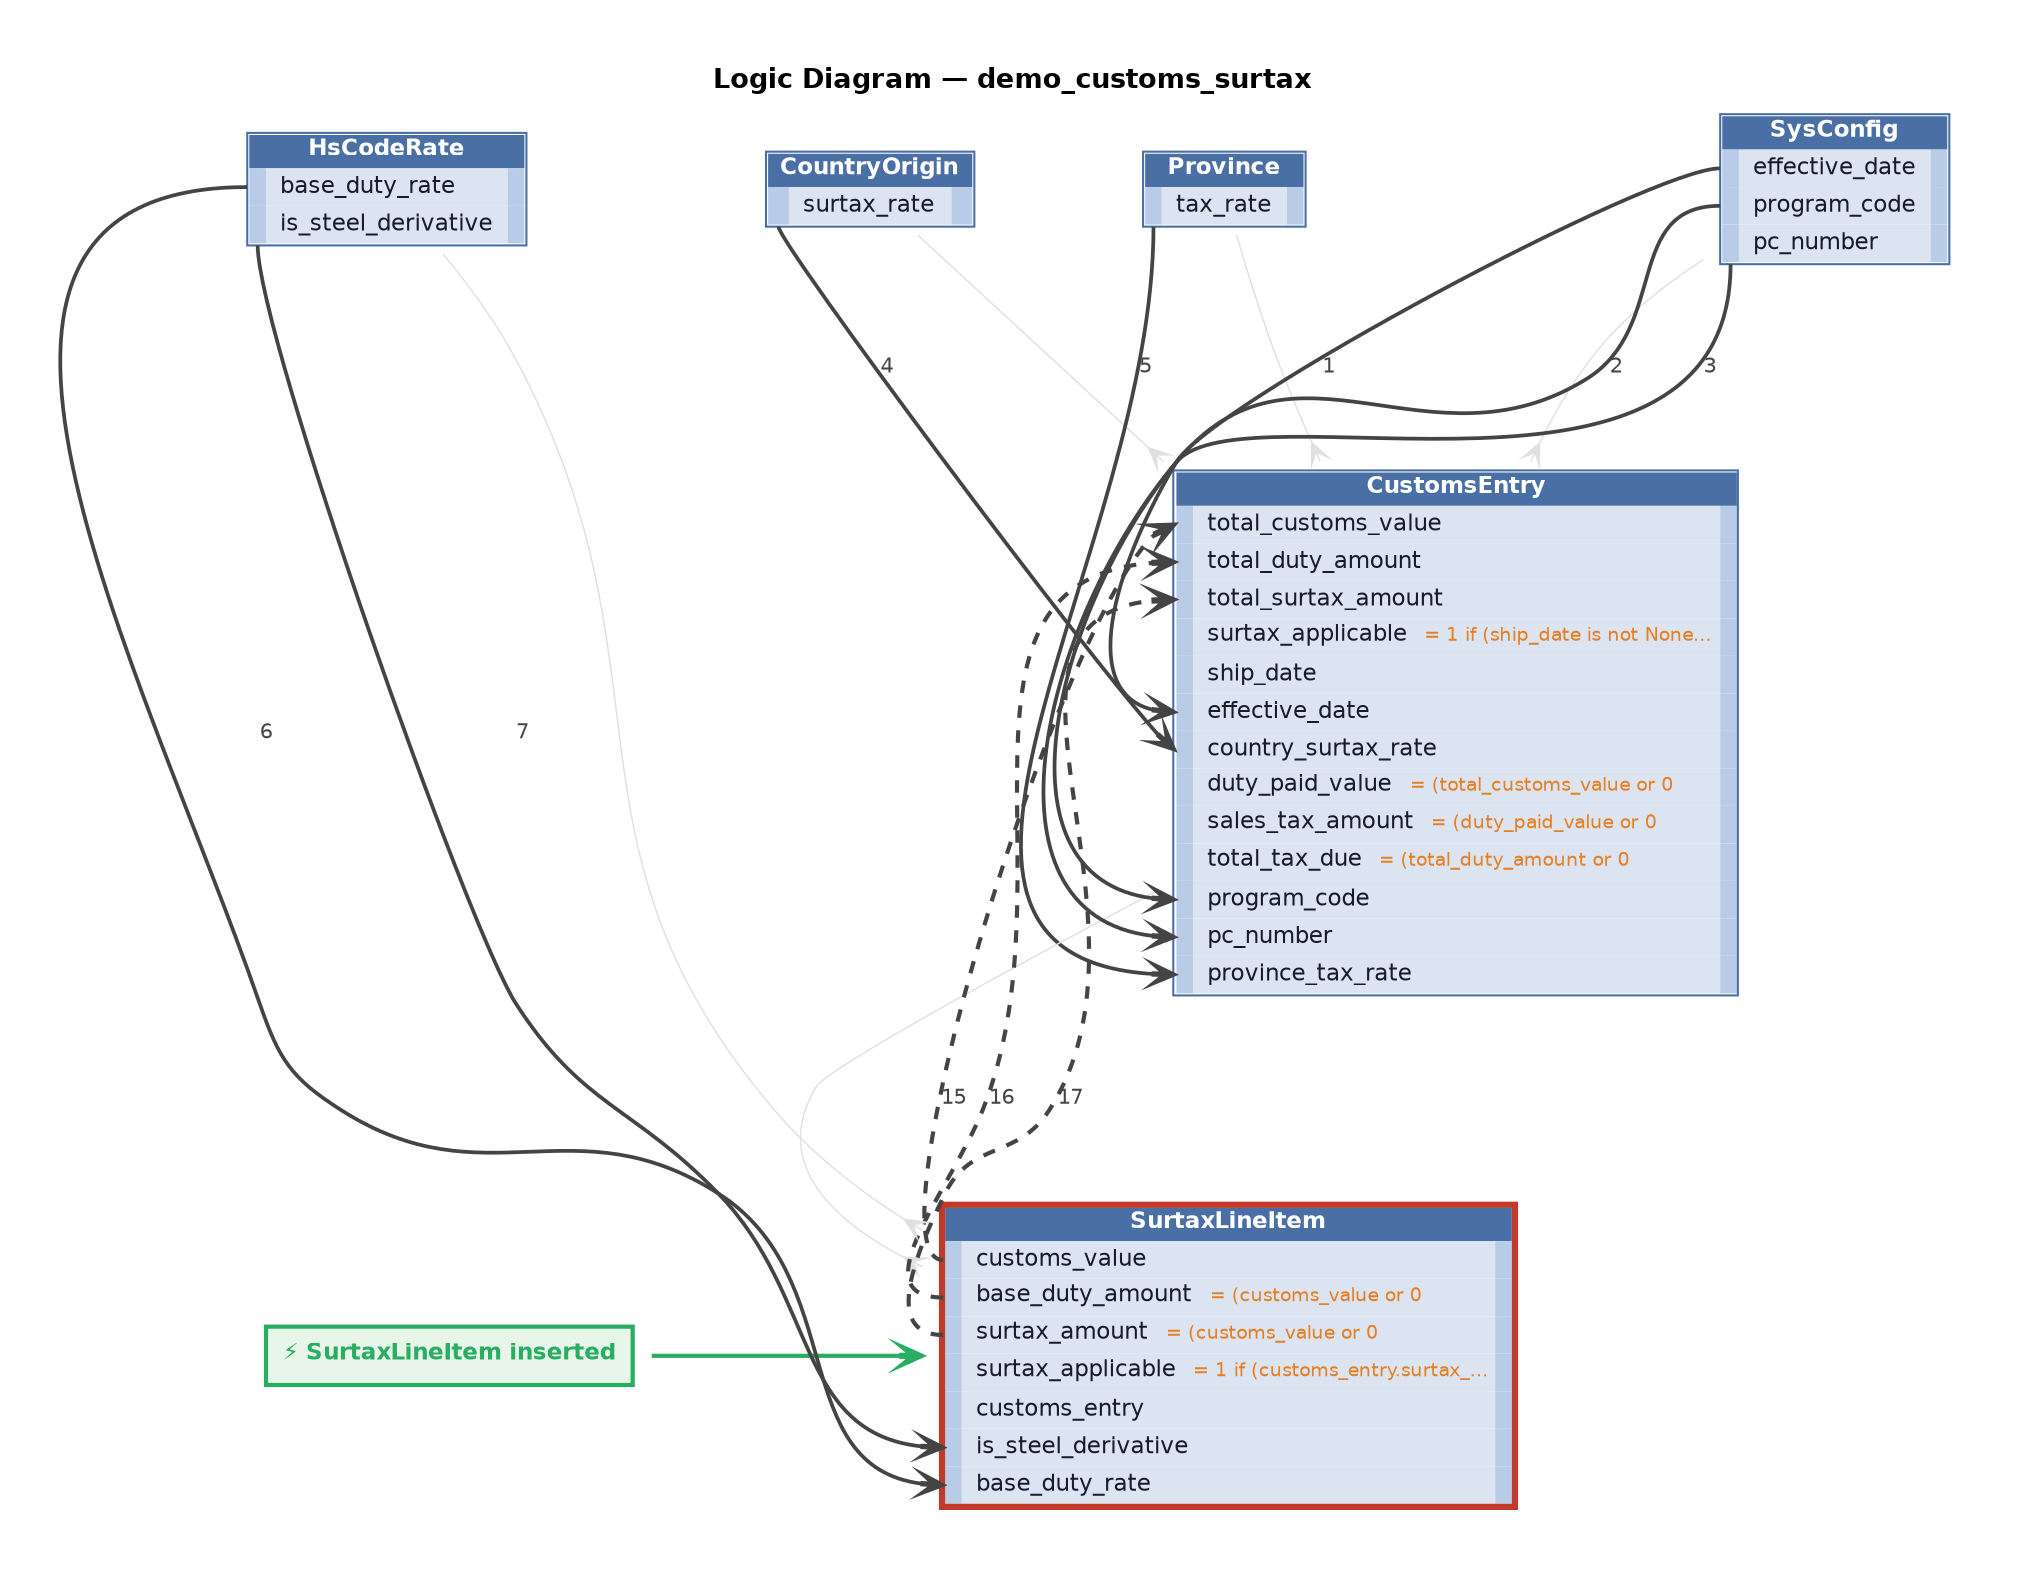
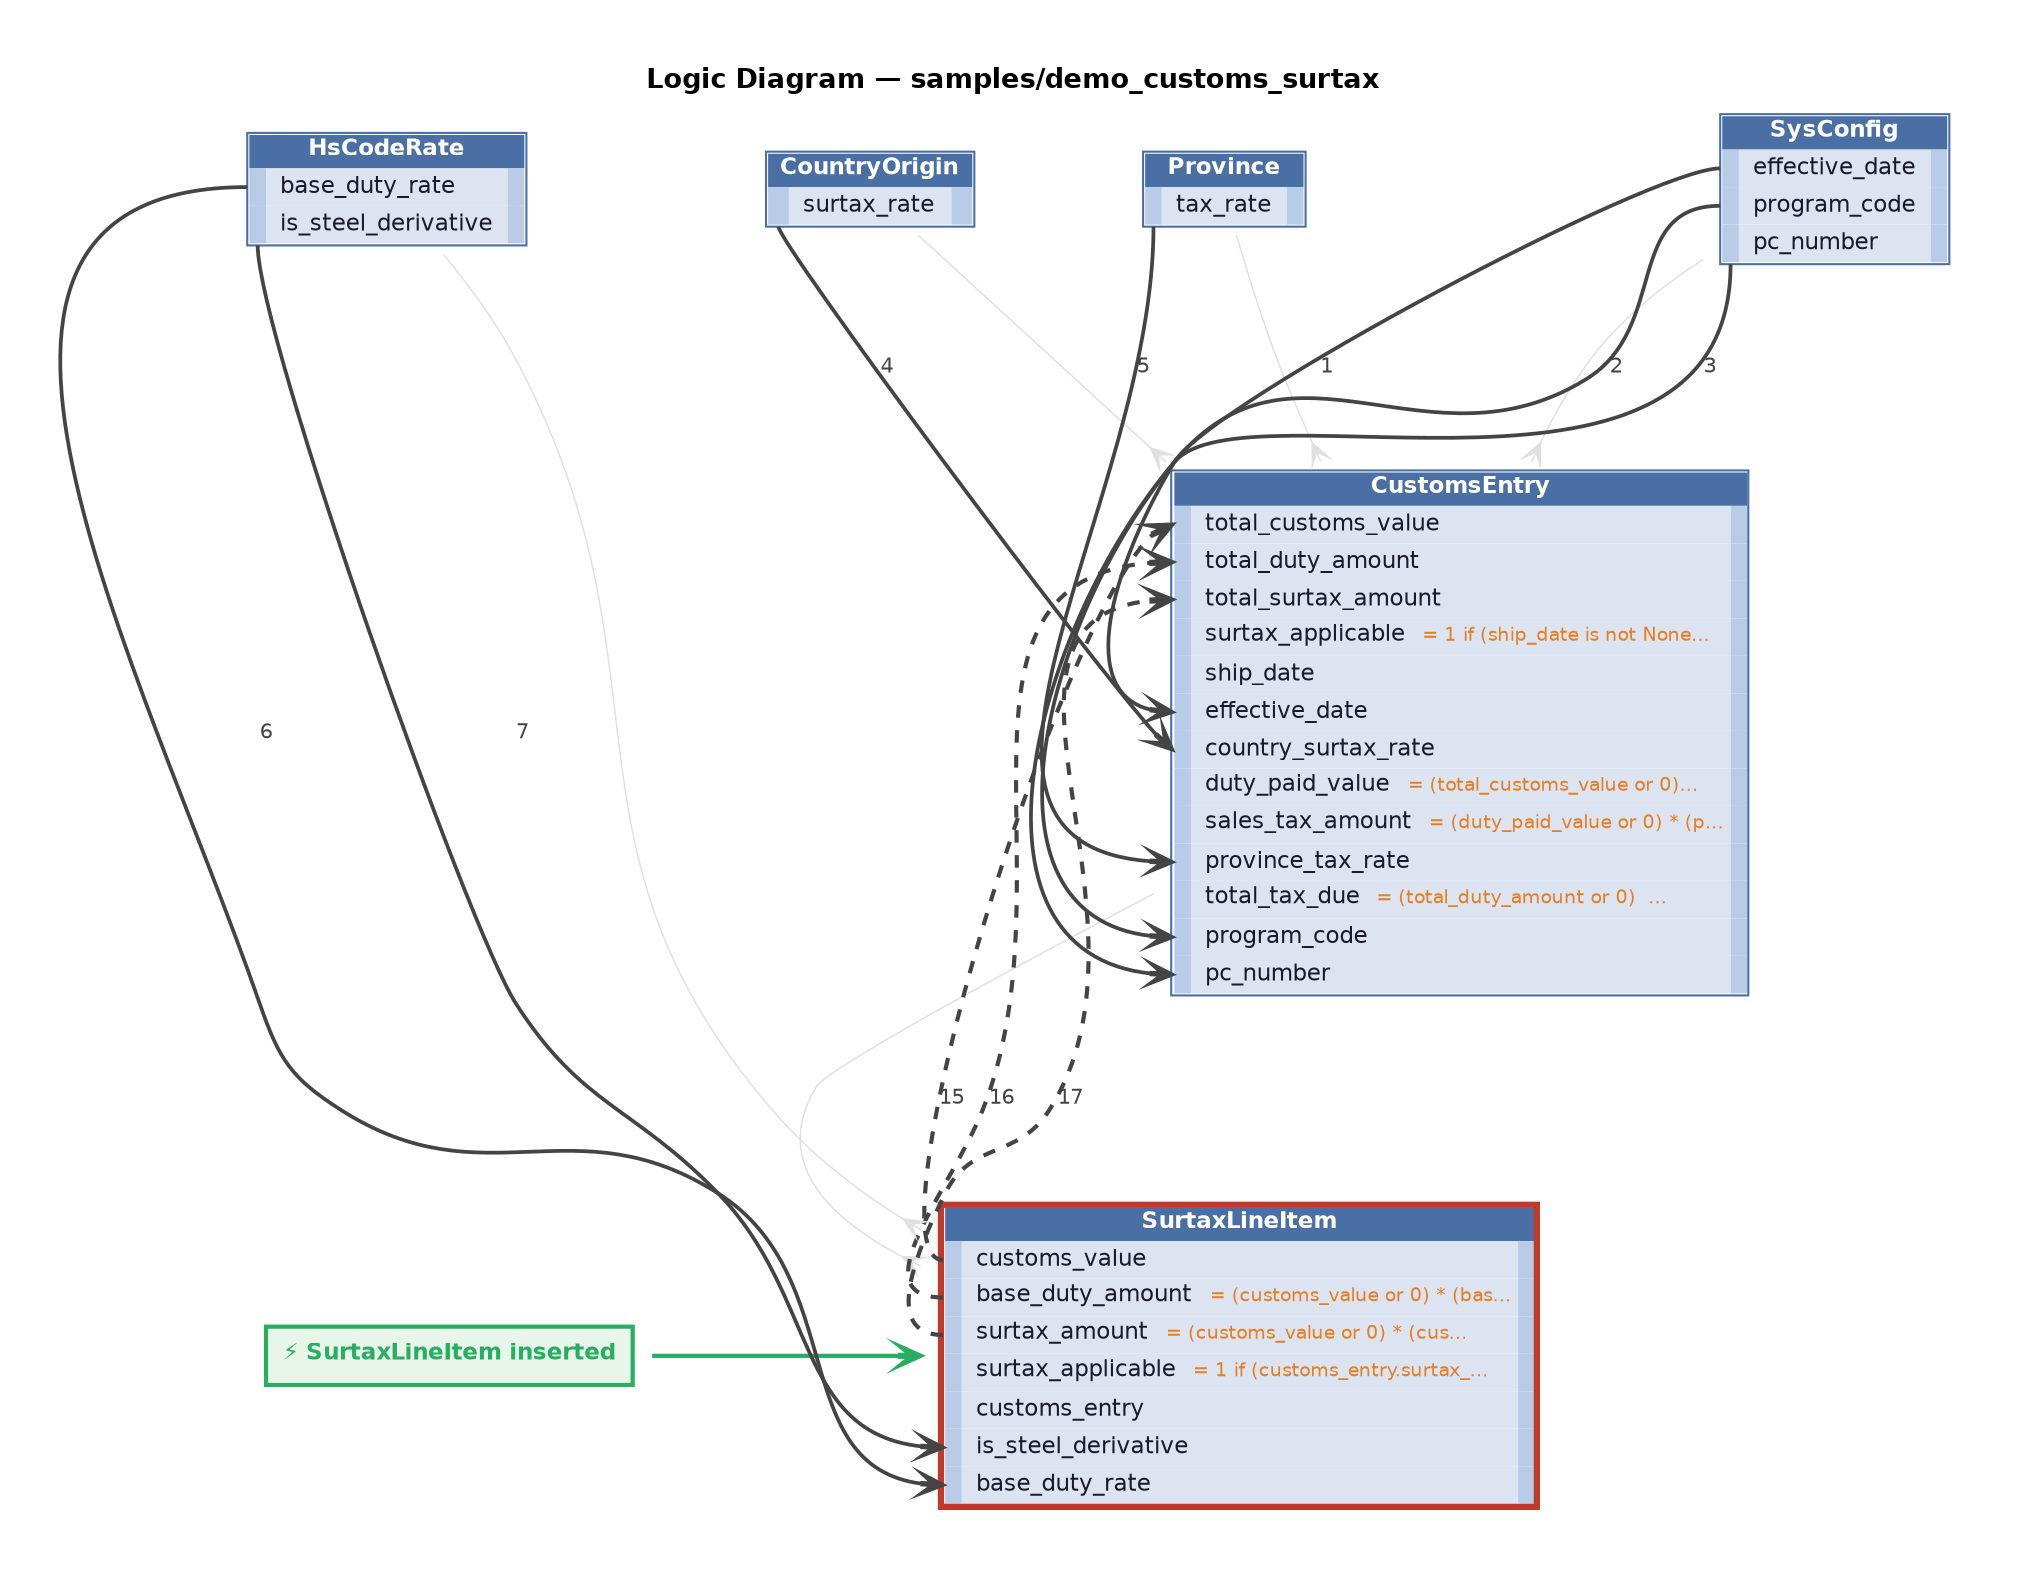
digraph logic {
  graph [rankdir=TB, fontname="Helvetica", fontsize=13,
-          label=<<B>Logic Diagram — demo_customs_surtax</B>>, labelloc=t,
+          label=<<B>Logic Diagram — samples/demo_customs_surtax</B>>, labelloc=t,
         pad=0.4, nodesep=0.90, ranksep=1.10, bgcolor="white",
         splines=spline]
  node  [fontname="Helvetica", fontsize=11, shape=plaintext]
  edge  [fontname="Helvetica", fontsize=10]

  // ── trigger ─────────────────────────────────────────────────────
  TRIGGER [label=<<TABLE BORDER="2" CELLBORDER="0" CELLPADDING="5" BGCOLOR="#e8f5e9" COLOR="#27ae60"><TR><TD><FONT COLOR="#27ae60"><B>&#9889; SurtaxLineItem inserted</B></FONT></TD></TR></TABLE>>, shape=plaintext]

  // ── schema layer ──────────────────────────────────────────────────
  CountryOrigin [label=<<TABLE BORDER="1" CELLBORDER="0" CELLSPACING="0" COLOR="#4a6fa5"><TR><TD COLSPAN="3" BGCOLOR="#4a6fa5"><FONT COLOR="white"><B> CountryOrigin </B></FONT></TD></TR><TR><TD PORT="CountryOrigin_surtax_rate_w" WIDTH="6" HEIGHT="18" BGCOLOR="#b8cce8"> </TD><TD PORT="CountryOrigin_surtax_rate" ALIGN="LEFT" BGCOLOR="#dbe4f0" CELLPADDING="3"><FONT COLOR="#1a1a2e"> surtax_rate </FONT></TD><TD PORT="CountryOrigin_surtax_rate_e" WIDTH="6" HEIGHT="18" BGCOLOR="#b8cce8"> </TD></TR></TABLE>>]
-   CustomsEntry [label=<<TABLE BORDER="1" CELLBORDER="0" CELLSPACING="0" COLOR="#4a6fa5"><TR><TD COLSPAN="3" BGCOLOR="#4a6fa5"><FONT COLOR="white"><B> CustomsEntry </B></FONT></TD></TR><TR><TD PORT="CustomsEntry_total_customs_value_w" WIDTH="6" HEIGHT="18" BGCOLOR="#b8cce8"> </TD><TD PORT="CustomsEntry_total_customs_value" ALIGN="LEFT" BGCOLOR="#dbe4f0" CELLPADDING="3"><FONT COLOR="#1a1a2e"> total_customs_value </FONT></TD><TD PORT="CustomsEntry_total_customs_value_e" WIDTH="6" HEIGHT="18" BGCOLOR="#b8cce8"> </TD></TR><TR><TD PORT="CustomsEntry_total_duty_amount_w" WIDTH="6" HEIGHT="18" BGCOLOR="#b8cce8"> </TD><TD PORT="CustomsEntry_total_duty_amount" ALIGN="LEFT" BGCOLOR="#dbe4f0" CELLPADDING="3"><FONT COLOR="#1a1a2e"> total_duty_amount </FONT></TD><TD PORT="CustomsEntry_total_duty_amount_e" WIDTH="6" HEIGHT="18" BGCOLOR="#b8cce8"> </TD></TR><TR><TD PORT="CustomsEntry_total_surtax_amount_w" WIDTH="6" HEIGHT="18" BGCOLOR="#b8cce8"> </TD><TD PORT="CustomsEntry_total_surtax_amount" ALIGN="LEFT" BGCOLOR="#dbe4f0" CELLPADDING="3"><FONT COLOR="#1a1a2e"> total_surtax_amount </FONT></TD><TD PORT="CustomsEntry_total_surtax_amount_e" WIDTH="6" HEIGHT="18" BGCOLOR="#b8cce8"> </TD></TR><TR><TD PORT="CustomsEntry_surtax_applicable_w" WIDTH="6" HEIGHT="18" BGCOLOR="#b8cce8"> </TD><TD PORT="CustomsEntry_surtax_applicable" ALIGN="LEFT" BGCOLOR="#dbe4f0" CELLPADDING="3"><FONT COLOR="#1a1a2e"> surtax_applicable </FONT> <FONT COLOR="#e67e22" POINT-SIZE="9">= 1 if (ship_date is not None...</FONT></TD><TD PORT="CustomsEntry_surtax_applicable_e" WIDTH="6" HEIGHT="18" BGCOLOR="#b8cce8"> </TD></TR><TR><TD PORT="CustomsEntry_ship_date_w" WIDTH="6" HEIGHT="18" BGCOLOR="#b8cce8"> </TD><TD PORT="CustomsEntry_ship_date" ALIGN="LEFT" BGCOLOR="#dbe4f0" CELLPADDING="3"><FONT COLOR="#1a1a2e"> ship_date </FONT></TD><TD PORT="CustomsEntry_ship_date_e" WIDTH="6" HEIGHT="18" BGCOLOR="#b8cce8"> </TD></TR><TR><TD PORT="CustomsEntry_effective_date_w" WIDTH="6" HEIGHT="18" BGCOLOR="#b8cce8"> </TD><TD PORT="CustomsEntry_effective_date" ALIGN="LEFT" BGCOLOR="#dbe4f0" CELLPADDING="3"><FONT COLOR="#1a1a2e"> effective_date </FONT></TD><TD PORT="CustomsEntry_effective_date_e" WIDTH="6" HEIGHT="18" BGCOLOR="#b8cce8"> </TD></TR><TR><TD PORT="CustomsEntry_country_surtax_rate_w" WIDTH="6" HEIGHT="18" BGCOLOR="#b8cce8"> </TD><TD PORT="CustomsEntry_country_surtax_rate" ALIGN="LEFT" BGCOLOR="#dbe4f0" CELLPADDING="3"><FONT COLOR="#1a1a2e"> country_surtax_rate </FONT></TD><TD PORT="CustomsEntry_country_surtax_rate_e" WIDTH="6" HEIGHT="18" BGCOLOR="#b8cce8"> </TD></TR><TR><TD PORT="CustomsEntry_duty_paid_value_w" WIDTH="6" HEIGHT="18" BGCOLOR="#b8cce8"> </TD><TD PORT="CustomsEntry_duty_paid_value" ALIGN="LEFT" BGCOLOR="#dbe4f0" CELLPADDING="3"><FONT COLOR="#1a1a2e"> duty_paid_value </FONT> <FONT COLOR="#e67e22" POINT-SIZE="9">= (total_customs_value or 0</FONT></TD><TD PORT="CustomsEntry_duty_paid_value_e" WIDTH="6" HEIGHT="18" BGCOLOR="#b8cce8"> </TD></TR><TR><TD PORT="CustomsEntry_sales_tax_amount_w" WIDTH="6" HEIGHT="18" BGCOLOR="#b8cce8"> </TD><TD PORT="CustomsEntry_sales_tax_amount" ALIGN="LEFT" BGCOLOR="#dbe4f0" CELLPADDING="3"><FONT COLOR="#1a1a2e"> sales_tax_amount </FONT> <FONT COLOR="#e67e22" POINT-SIZE="9">= (duty_paid_value or 0</FONT></TD><TD PORT="CustomsEntry_sales_tax_amount_e" WIDTH="6" HEIGHT="18" BGCOLOR="#b8cce8"> </TD></TR><TR><TD PORT="CustomsEntry_total_tax_due_w" WIDTH="6" HEIGHT="18" BGCOLOR="#b8cce8"> </TD><TD PORT="CustomsEntry_total_tax_due" ALIGN="LEFT" BGCOLOR="#dbe4f0" CELLPADDING="3"><FONT COLOR="#1a1a2e"> total_tax_due </FONT> <FONT COLOR="#e67e22" POINT-SIZE="9">= (total_duty_amount or 0</FONT></TD><TD PORT="CustomsEntry_total_tax_due_e" WIDTH="6" HEIGHT="18" BGCOLOR="#b8cce8"> </TD></TR><TR><TD PORT="CustomsEntry_program_code_w" WIDTH="6" HEIGHT="18" BGCOLOR="#b8cce8"> </TD><TD PORT="CustomsEntry_program_code" ALIGN="LEFT" BGCOLOR="#dbe4f0" CELLPADDING="3"><FONT COLOR="#1a1a2e"> program_code </FONT></TD><TD PORT="CustomsEntry_program_code_e" WIDTH="6" HEIGHT="18" BGCOLOR="#b8cce8"> </TD></TR><TR><TD PORT="CustomsEntry_pc_number_w" WIDTH="6" HEIGHT="18" BGCOLOR="#b8cce8"> </TD><TD PORT="CustomsEntry_pc_number" ALIGN="LEFT" BGCOLOR="#dbe4f0" CELLPADDING="3"><FONT COLOR="#1a1a2e"> pc_number </FONT></TD><TD PORT="CustomsEntry_pc_number_e" WIDTH="6" HEIGHT="18" BGCOLOR="#b8cce8"> </TD></TR><TR><TD PORT="CustomsEntry_province_tax_rate_w" WIDTH="6" HEIGHT="18" BGCOLOR="#b8cce8"> </TD><TD PORT="CustomsEntry_province_tax_rate" ALIGN="LEFT" BGCOLOR="#dbe4f0" CELLPADDING="3"><FONT COLOR="#1a1a2e"> province_tax_rate </FONT></TD><TD PORT="CustomsEntry_province_tax_rate_e" WIDTH="6" HEIGHT="18" BGCOLOR="#b8cce8"> </TD></TR></TABLE>>]
+   CustomsEntry [label=<<TABLE BORDER="1" CELLBORDER="0" CELLSPACING="0" COLOR="#4a6fa5"><TR><TD COLSPAN="3" BGCOLOR="#4a6fa5"><FONT COLOR="white"><B> CustomsEntry </B></FONT></TD></TR><TR><TD PORT="CustomsEntry_total_customs_value_w" WIDTH="6" HEIGHT="18" BGCOLOR="#b8cce8"> </TD><TD PORT="CustomsEntry_total_customs_value" ALIGN="LEFT" BGCOLOR="#dbe4f0" CELLPADDING="3"><FONT COLOR="#1a1a2e"> total_customs_value </FONT></TD><TD PORT="CustomsEntry_total_customs_value_e" WIDTH="6" HEIGHT="18" BGCOLOR="#b8cce8"> </TD></TR><TR><TD PORT="CustomsEntry_total_duty_amount_w" WIDTH="6" HEIGHT="18" BGCOLOR="#b8cce8"> </TD><TD PORT="CustomsEntry_total_duty_amount" ALIGN="LEFT" BGCOLOR="#dbe4f0" CELLPADDING="3"><FONT COLOR="#1a1a2e"> total_duty_amount </FONT></TD><TD PORT="CustomsEntry_total_duty_amount_e" WIDTH="6" HEIGHT="18" BGCOLOR="#b8cce8"> </TD></TR><TR><TD PORT="CustomsEntry_total_surtax_amount_w" WIDTH="6" HEIGHT="18" BGCOLOR="#b8cce8"> </TD><TD PORT="CustomsEntry_total_surtax_amount" ALIGN="LEFT" BGCOLOR="#dbe4f0" CELLPADDING="3"><FONT COLOR="#1a1a2e"> total_surtax_amount </FONT></TD><TD PORT="CustomsEntry_total_surtax_amount_e" WIDTH="6" HEIGHT="18" BGCOLOR="#b8cce8"> </TD></TR><TR><TD PORT="CustomsEntry_surtax_applicable_w" WIDTH="6" HEIGHT="18" BGCOLOR="#b8cce8"> </TD><TD PORT="CustomsEntry_surtax_applicable" ALIGN="LEFT" BGCOLOR="#dbe4f0" CELLPADDING="3"><FONT COLOR="#1a1a2e"> surtax_applicable </FONT> <FONT COLOR="#e67e22" POINT-SIZE="9">= 1 if (ship_date is not None...</FONT></TD><TD PORT="CustomsEntry_surtax_applicable_e" WIDTH="6" HEIGHT="18" BGCOLOR="#b8cce8"> </TD></TR><TR><TD PORT="CustomsEntry_ship_date_w" WIDTH="6" HEIGHT="18" BGCOLOR="#b8cce8"> </TD><TD PORT="CustomsEntry_ship_date" ALIGN="LEFT" BGCOLOR="#dbe4f0" CELLPADDING="3"><FONT COLOR="#1a1a2e"> ship_date </FONT></TD><TD PORT="CustomsEntry_ship_date_e" WIDTH="6" HEIGHT="18" BGCOLOR="#b8cce8"> </TD></TR><TR><TD PORT="CustomsEntry_effective_date_w" WIDTH="6" HEIGHT="18" BGCOLOR="#b8cce8"> </TD><TD PORT="CustomsEntry_effective_date" ALIGN="LEFT" BGCOLOR="#dbe4f0" CELLPADDING="3"><FONT COLOR="#1a1a2e"> effective_date </FONT></TD><TD PORT="CustomsEntry_effective_date_e" WIDTH="6" HEIGHT="18" BGCOLOR="#b8cce8"> </TD></TR><TR><TD PORT="CustomsEntry_country_surtax_rate_w" WIDTH="6" HEIGHT="18" BGCOLOR="#b8cce8"> </TD><TD PORT="CustomsEntry_country_surtax_rate" ALIGN="LEFT" BGCOLOR="#dbe4f0" CELLPADDING="3"><FONT COLOR="#1a1a2e"> country_surtax_rate </FONT></TD><TD PORT="CustomsEntry_country_surtax_rate_e" WIDTH="6" HEIGHT="18" BGCOLOR="#b8cce8"> </TD></TR><TR><TD PORT="CustomsEntry_duty_paid_value_w" WIDTH="6" HEIGHT="18" BGCOLOR="#b8cce8"> </TD><TD PORT="CustomsEntry_duty_paid_value" ALIGN="LEFT" BGCOLOR="#dbe4f0" CELLPADDING="3"><FONT COLOR="#1a1a2e"> duty_paid_value </FONT> <FONT COLOR="#e67e22" POINT-SIZE="9">= (total_customs_value or 0)
+ ...</FONT></TD><TD PORT="CustomsEntry_duty_paid_value_e" WIDTH="6" HEIGHT="18" BGCOLOR="#b8cce8"> </TD></TR><TR><TD PORT="CustomsEntry_sales_tax_amount_w" WIDTH="6" HEIGHT="18" BGCOLOR="#b8cce8"> </TD><TD PORT="CustomsEntry_sales_tax_amount" ALIGN="LEFT" BGCOLOR="#dbe4f0" CELLPADDING="3"><FONT COLOR="#1a1a2e"> sales_tax_amount </FONT> <FONT COLOR="#e67e22" POINT-SIZE="9">= (duty_paid_value or 0) * (p...</FONT></TD><TD PORT="CustomsEntry_sales_tax_amount_e" WIDTH="6" HEIGHT="18" BGCOLOR="#b8cce8"> </TD></TR><TR><TD PORT="CustomsEntry_province_tax_rate_w" WIDTH="6" HEIGHT="18" BGCOLOR="#b8cce8"> </TD><TD PORT="CustomsEntry_province_tax_rate" ALIGN="LEFT" BGCOLOR="#dbe4f0" CELLPADDING="3"><FONT COLOR="#1a1a2e"> province_tax_rate </FONT></TD><TD PORT="CustomsEntry_province_tax_rate_e" WIDTH="6" HEIGHT="18" BGCOLOR="#b8cce8"> </TD></TR><TR><TD PORT="CustomsEntry_total_tax_due_w" WIDTH="6" HEIGHT="18" BGCOLOR="#b8cce8"> </TD><TD PORT="CustomsEntry_total_tax_due" ALIGN="LEFT" BGCOLOR="#dbe4f0" CELLPADDING="3"><FONT COLOR="#1a1a2e"> total_tax_due </FONT> <FONT COLOR="#e67e22" POINT-SIZE="9">= (total_duty_amount or 0)
+   ...</FONT></TD><TD PORT="CustomsEntry_total_tax_due_e" WIDTH="6" HEIGHT="18" BGCOLOR="#b8cce8"> </TD></TR><TR><TD PORT="CustomsEntry_program_code_w" WIDTH="6" HEIGHT="18" BGCOLOR="#b8cce8"> </TD><TD PORT="CustomsEntry_program_code" ALIGN="LEFT" BGCOLOR="#dbe4f0" CELLPADDING="3"><FONT COLOR="#1a1a2e"> program_code </FONT></TD><TD PORT="CustomsEntry_program_code_e" WIDTH="6" HEIGHT="18" BGCOLOR="#b8cce8"> </TD></TR><TR><TD PORT="CustomsEntry_pc_number_w" WIDTH="6" HEIGHT="18" BGCOLOR="#b8cce8"> </TD><TD PORT="CustomsEntry_pc_number" ALIGN="LEFT" BGCOLOR="#dbe4f0" CELLPADDING="3"><FONT COLOR="#1a1a2e"> pc_number </FONT></TD><TD PORT="CustomsEntry_pc_number_e" WIDTH="6" HEIGHT="18" BGCOLOR="#b8cce8"> </TD></TR></TABLE>>]
  HsCodeRate [label=<<TABLE BORDER="1" CELLBORDER="0" CELLSPACING="0" COLOR="#4a6fa5"><TR><TD COLSPAN="3" BGCOLOR="#4a6fa5"><FONT COLOR="white"><B> HsCodeRate </B></FONT></TD></TR><TR><TD PORT="HsCodeRate_base_duty_rate_w" WIDTH="6" HEIGHT="18" BGCOLOR="#b8cce8"> </TD><TD PORT="HsCodeRate_base_duty_rate" ALIGN="LEFT" BGCOLOR="#dbe4f0" CELLPADDING="3"><FONT COLOR="#1a1a2e"> base_duty_rate </FONT></TD><TD PORT="HsCodeRate_base_duty_rate_e" WIDTH="6" HEIGHT="18" BGCOLOR="#b8cce8"> </TD></TR><TR><TD PORT="HsCodeRate_is_steel_derivative_w" WIDTH="6" HEIGHT="18" BGCOLOR="#b8cce8"> </TD><TD PORT="HsCodeRate_is_steel_derivative" ALIGN="LEFT" BGCOLOR="#dbe4f0" CELLPADDING="3"><FONT COLOR="#1a1a2e"> is_steel_derivative </FONT></TD><TD PORT="HsCodeRate_is_steel_derivative_e" WIDTH="6" HEIGHT="18" BGCOLOR="#b8cce8"> </TD></TR></TABLE>>]
  Province [label=<<TABLE BORDER="1" CELLBORDER="0" CELLSPACING="0" COLOR="#4a6fa5"><TR><TD COLSPAN="3" BGCOLOR="#4a6fa5"><FONT COLOR="white"><B> Province </B></FONT></TD></TR><TR><TD PORT="Province_tax_rate_w" WIDTH="6" HEIGHT="18" BGCOLOR="#b8cce8"> </TD><TD PORT="Province_tax_rate" ALIGN="LEFT" BGCOLOR="#dbe4f0" CELLPADDING="3"><FONT COLOR="#1a1a2e"> tax_rate </FONT></TD><TD PORT="Province_tax_rate_e" WIDTH="6" HEIGHT="18" BGCOLOR="#b8cce8"> </TD></TR></TABLE>>]
-   SurtaxLineItem [label=<<TABLE BORDER="3" CELLBORDER="0" CELLSPACING="0" COLOR="#c0392b"><TR><TD COLSPAN="3" BGCOLOR="#4a6fa5"><FONT COLOR="white"><B> SurtaxLineItem </B></FONT></TD></TR><TR><TD PORT="SurtaxLineItem_customs_value_w" WIDTH="6" HEIGHT="18" BGCOLOR="#b8cce8"> </TD><TD PORT="SurtaxLineItem_customs_value" ALIGN="LEFT" BGCOLOR="#dbe4f0" CELLPADDING="3"><FONT COLOR="#1a1a2e"> customs_value </FONT></TD><TD PORT="SurtaxLineItem_customs_value_e" WIDTH="6" HEIGHT="18" BGCOLOR="#b8cce8"> </TD></TR><TR><TD PORT="SurtaxLineItem_base_duty_amount_w" WIDTH="6" HEIGHT="18" BGCOLOR="#b8cce8"> </TD><TD PORT="SurtaxLineItem_base_duty_amount" ALIGN="LEFT" BGCOLOR="#dbe4f0" CELLPADDING="3"><FONT COLOR="#1a1a2e"> base_duty_amount </FONT> <FONT COLOR="#e67e22" POINT-SIZE="9">= (customs_value or 0</FONT></TD><TD PORT="SurtaxLineItem_base_duty_amount_e" WIDTH="6" HEIGHT="18" BGCOLOR="#b8cce8"> </TD></TR><TR><TD PORT="SurtaxLineItem_surtax_amount_w" WIDTH="6" HEIGHT="18" BGCOLOR="#b8cce8"> </TD><TD PORT="SurtaxLineItem_surtax_amount" ALIGN="LEFT" BGCOLOR="#dbe4f0" CELLPADDING="3"><FONT COLOR="#1a1a2e"> surtax_amount </FONT> <FONT COLOR="#e67e22" POINT-SIZE="9">= (customs_value or 0</FONT></TD><TD PORT="SurtaxLineItem_surtax_amount_e" WIDTH="6" HEIGHT="18" BGCOLOR="#b8cce8"> </TD></TR><TR><TD PORT="SurtaxLineItem_surtax_applicable_w" WIDTH="6" HEIGHT="18" BGCOLOR="#b8cce8"> </TD><TD PORT="SurtaxLineItem_surtax_applicable" ALIGN="LEFT" BGCOLOR="#dbe4f0" CELLPADDING="3"><FONT COLOR="#1a1a2e"> surtax_applicable </FONT> <FONT COLOR="#e67e22" POINT-SIZE="9">= 1 if (customs_entry.surtax_...</FONT></TD><TD PORT="SurtaxLineItem_surtax_applicable_e" WIDTH="6" HEIGHT="18" BGCOLOR="#b8cce8"> </TD></TR><TR><TD PORT="SurtaxLineItem_customs_entry_w" WIDTH="6" HEIGHT="18" BGCOLOR="#b8cce8"> </TD><TD PORT="SurtaxLineItem_customs_entry" ALIGN="LEFT" BGCOLOR="#dbe4f0" CELLPADDING="3"><FONT COLOR="#1a1a2e"> customs_entry </FONT></TD><TD PORT="SurtaxLineItem_customs_entry_e" WIDTH="6" HEIGHT="18" BGCOLOR="#b8cce8"> </TD></TR><TR><TD PORT="SurtaxLineItem_is_steel_derivative_w" WIDTH="6" HEIGHT="18" BGCOLOR="#b8cce8"> </TD><TD PORT="SurtaxLineItem_is_steel_derivative" ALIGN="LEFT" BGCOLOR="#dbe4f0" CELLPADDING="3"><FONT COLOR="#1a1a2e"> is_steel_derivative </FONT></TD><TD PORT="SurtaxLineItem_is_steel_derivative_e" WIDTH="6" HEIGHT="18" BGCOLOR="#b8cce8"> </TD></TR><TR><TD PORT="SurtaxLineItem_base_duty_rate_w" WIDTH="6" HEIGHT="18" BGCOLOR="#b8cce8"> </TD><TD PORT="SurtaxLineItem_base_duty_rate" ALIGN="LEFT" BGCOLOR="#dbe4f0" CELLPADDING="3"><FONT COLOR="#1a1a2e"> base_duty_rate </FONT></TD><TD PORT="SurtaxLineItem_base_duty_rate_e" WIDTH="6" HEIGHT="18" BGCOLOR="#b8cce8"> </TD></TR></TABLE>>]
+   SurtaxLineItem [label=<<TABLE BORDER="3" CELLBORDER="0" CELLSPACING="0" COLOR="#c0392b"><TR><TD COLSPAN="3" BGCOLOR="#4a6fa5"><FONT COLOR="white"><B> SurtaxLineItem </B></FONT></TD></TR><TR><TD PORT="SurtaxLineItem_customs_value_w" WIDTH="6" HEIGHT="18" BGCOLOR="#b8cce8"> </TD><TD PORT="SurtaxLineItem_customs_value" ALIGN="LEFT" BGCOLOR="#dbe4f0" CELLPADDING="3"><FONT COLOR="#1a1a2e"> customs_value </FONT></TD><TD PORT="SurtaxLineItem_customs_value_e" WIDTH="6" HEIGHT="18" BGCOLOR="#b8cce8"> </TD></TR><TR><TD PORT="SurtaxLineItem_base_duty_amount_w" WIDTH="6" HEIGHT="18" BGCOLOR="#b8cce8"> </TD><TD PORT="SurtaxLineItem_base_duty_amount" ALIGN="LEFT" BGCOLOR="#dbe4f0" CELLPADDING="3"><FONT COLOR="#1a1a2e"> base_duty_amount </FONT> <FONT COLOR="#e67e22" POINT-SIZE="9">= (customs_value or 0) * (bas...</FONT></TD><TD PORT="SurtaxLineItem_base_duty_amount_e" WIDTH="6" HEIGHT="18" BGCOLOR="#b8cce8"> </TD></TR><TR><TD PORT="SurtaxLineItem_surtax_amount_w" WIDTH="6" HEIGHT="18" BGCOLOR="#b8cce8"> </TD><TD PORT="SurtaxLineItem_surtax_amount" ALIGN="LEFT" BGCOLOR="#dbe4f0" CELLPADDING="3"><FONT COLOR="#1a1a2e"> surtax_amount </FONT> <FONT COLOR="#e67e22" POINT-SIZE="9">= (customs_value or 0) * (cus...</FONT></TD><TD PORT="SurtaxLineItem_surtax_amount_e" WIDTH="6" HEIGHT="18" BGCOLOR="#b8cce8"> </TD></TR><TR><TD PORT="SurtaxLineItem_surtax_applicable_w" WIDTH="6" HEIGHT="18" BGCOLOR="#b8cce8"> </TD><TD PORT="SurtaxLineItem_surtax_applicable" ALIGN="LEFT" BGCOLOR="#dbe4f0" CELLPADDING="3"><FONT COLOR="#1a1a2e"> surtax_applicable </FONT> <FONT COLOR="#e67e22" POINT-SIZE="9">= 1 if (customs_entry.surtax_...</FONT></TD><TD PORT="SurtaxLineItem_surtax_applicable_e" WIDTH="6" HEIGHT="18" BGCOLOR="#b8cce8"> </TD></TR><TR><TD PORT="SurtaxLineItem_customs_entry_w" WIDTH="6" HEIGHT="18" BGCOLOR="#b8cce8"> </TD><TD PORT="SurtaxLineItem_customs_entry" ALIGN="LEFT" BGCOLOR="#dbe4f0" CELLPADDING="3"><FONT COLOR="#1a1a2e"> customs_entry </FONT></TD><TD PORT="SurtaxLineItem_customs_entry_e" WIDTH="6" HEIGHT="18" BGCOLOR="#b8cce8"> </TD></TR><TR><TD PORT="SurtaxLineItem_is_steel_derivative_w" WIDTH="6" HEIGHT="18" BGCOLOR="#b8cce8"> </TD><TD PORT="SurtaxLineItem_is_steel_derivative" ALIGN="LEFT" BGCOLOR="#dbe4f0" CELLPADDING="3"><FONT COLOR="#1a1a2e"> is_steel_derivative </FONT></TD><TD PORT="SurtaxLineItem_is_steel_derivative_e" WIDTH="6" HEIGHT="18" BGCOLOR="#b8cce8"> </TD></TR><TR><TD PORT="SurtaxLineItem_base_duty_rate_w" WIDTH="6" HEIGHT="18" BGCOLOR="#b8cce8"> </TD><TD PORT="SurtaxLineItem_base_duty_rate" ALIGN="LEFT" BGCOLOR="#dbe4f0" CELLPADDING="3"><FONT COLOR="#1a1a2e"> base_duty_rate </FONT></TD><TD PORT="SurtaxLineItem_base_duty_rate_e" WIDTH="6" HEIGHT="18" BGCOLOR="#b8cce8"> </TD></TR></TABLE>>]
  SysConfig [label=<<TABLE BORDER="1" CELLBORDER="0" CELLSPACING="0" COLOR="#4a6fa5"><TR><TD COLSPAN="3" BGCOLOR="#4a6fa5"><FONT COLOR="white"><B> SysConfig </B></FONT></TD></TR><TR><TD PORT="SysConfig_effective_date_w" WIDTH="6" HEIGHT="18" BGCOLOR="#b8cce8"> </TD><TD PORT="SysConfig_effective_date" ALIGN="LEFT" BGCOLOR="#dbe4f0" CELLPADDING="3"><FONT COLOR="#1a1a2e"> effective_date </FONT></TD><TD PORT="SysConfig_effective_date_e" WIDTH="6" HEIGHT="18" BGCOLOR="#b8cce8"> </TD></TR><TR><TD PORT="SysConfig_program_code_w" WIDTH="6" HEIGHT="18" BGCOLOR="#b8cce8"> </TD><TD PORT="SysConfig_program_code" ALIGN="LEFT" BGCOLOR="#dbe4f0" CELLPADDING="3"><FONT COLOR="#1a1a2e"> program_code </FONT></TD><TD PORT="SysConfig_program_code_e" WIDTH="6" HEIGHT="18" BGCOLOR="#b8cce8"> </TD></TR><TR><TD PORT="SysConfig_pc_number_w" WIDTH="6" HEIGHT="18" BGCOLOR="#b8cce8"> </TD><TD PORT="SysConfig_pc_number" ALIGN="LEFT" BGCOLOR="#dbe4f0" CELLPADDING="3"><FONT COLOR="#1a1a2e"> pc_number </FONT></TD><TD PORT="SysConfig_pc_number_e" WIDTH="6" HEIGHT="18" BGCOLOR="#b8cce8"> </TD></TR></TABLE>>]
  // ── rank groupings ────────────────────────────────────────────────
-   { rank=min; HsCodeRate; Province; CountryOrigin; SysConfig }
+   { rank=min; SysConfig; HsCodeRate; CountryOrigin; Province }
  { rank=same; CustomsEntry }
  { rank=max; SurtaxLineItem; TRIGGER }

  // ── FK relationships ───────────────────────────────────────────
  CustomsEntry -> CountryOrigin [color="#e0e0e0", style=solid, arrowhead=none, arrowtail=crow, dir=both, penwidth=0.7, constraint=false, weight=1]
  CustomsEntry -> Province [color="#e0e0e0", style=solid, arrowhead=none, arrowtail=crow, dir=both, penwidth=0.7, constraint=false, weight=1]
  CustomsEntry -> SysConfig [color="#e0e0e0", style=solid, arrowhead=none, arrowtail=crow, dir=both, penwidth=0.7, constraint=false, weight=1]
  SurtaxLineItem -> CustomsEntry [color="#e0e0e0", style=solid, arrowhead=none, arrowtail=crow, dir=both, penwidth=0.7, constraint=false, weight=1]
  SurtaxLineItem -> HsCodeRate [color="#e0e0e0", style=solid, arrowhead=none, arrowtail=crow, dir=both, penwidth=0.7, constraint=false, weight=1]

  // ── trigger edge ──────────────────────────────────────────────
  TRIGGER -> SurtaxLineItem [color="#27ae60", style=bold, arrowhead=vee, penwidth=2, weight=10]

  // ── logic edges ────────────────────────────────────────────────────
  SysConfig:SysConfig_effective_date_w -> CustomsEntry:CustomsEntry_effective_date_w [label="1", color="#444444", fontcolor="#444444", arrowhead=vee, penwidth=1.8, weight=8]
  SysConfig:SysConfig_program_code_w -> CustomsEntry:CustomsEntry_program_code_w [label="2", color="#444444", fontcolor="#444444", arrowhead=vee, penwidth=1.8, weight=8]
  SysConfig:SysConfig_pc_number_w -> CustomsEntry:CustomsEntry_pc_number_w [label="3", color="#444444", fontcolor="#444444", arrowhead=vee, penwidth=1.8, weight=8]
  CountryOrigin:CountryOrigin_surtax_rate_w -> CustomsEntry:CustomsEntry_country_surtax_rate_w [label="4", color="#444444", fontcolor="#444444", arrowhead=vee, penwidth=1.8, weight=8]
  Province:Province_tax_rate_w -> CustomsEntry:CustomsEntry_province_tax_rate_w [label="5", color="#444444", fontcolor="#444444", arrowhead=vee, penwidth=1.8, weight=8]
  HsCodeRate:HsCodeRate_base_duty_rate_w -> SurtaxLineItem:SurtaxLineItem_base_duty_rate_w [label="6", color="#444444", fontcolor="#444444", arrowhead=vee, penwidth=1.8, weight=8]
  HsCodeRate:HsCodeRate_is_steel_derivative_w -> SurtaxLineItem:SurtaxLineItem_is_steel_derivative_w [label="7", color="#444444", fontcolor="#444444", arrowhead=vee, penwidth=1.8, weight=8]
  // INTRA:CustomsEntry:country_surtax_rate:surtax_applicable:8:0
  // INTRA:CustomsEntry:total_customs_value:duty_paid_value:9:1
  // INTRA:CustomsEntry:duty_paid_value:sales_tax_amount:10:2
-   // INTRA:CustomsEntry:total_duty_amount:total_tax_due:11:3
+   // INTRA:CustomsEntry:province_tax_rate:sales_tax_amount:10:3
+   // INTRA:CustomsEntry:total_duty_amount:total_tax_due:11:4
  // INTRA:SurtaxLineItem:is_steel_derivative:surtax_applicable:12:0
-   // INTRA:SurtaxLineItem:customs_value:base_duty_amount:13:1
-   // INTRA:SurtaxLineItem:customs_value:surtax_amount:14:2
+   // INTRA:SurtaxLineItem:base_duty_rate:base_duty_amount:13:1
+   // INTRA:SurtaxLineItem:surtax_applicable:surtax_amount:14:2
+   // INTRA:SurtaxLineItem:customs_entry:surtax_amount:14:3
  SurtaxLineItem:SurtaxLineItem_customs_value_w -> CustomsEntry:CustomsEntry_total_customs_value_w [label="15", color="#444444", fontcolor="#444444", arrowhead=vee, penwidth=2, style=dashed, weight=8]
  SurtaxLineItem:SurtaxLineItem_base_duty_amount_w -> CustomsEntry:CustomsEntry_total_duty_amount_w [label="16", color="#444444", fontcolor="#444444", arrowhead=vee, penwidth=2, style=dashed, weight=8]
  SurtaxLineItem:SurtaxLineItem_surtax_amount_w -> CustomsEntry:CustomsEntry_total_surtax_amount_w [label="17", color="#444444", fontcolor="#444444", arrowhead=vee, penwidth=2, style=dashed, weight=8]
}